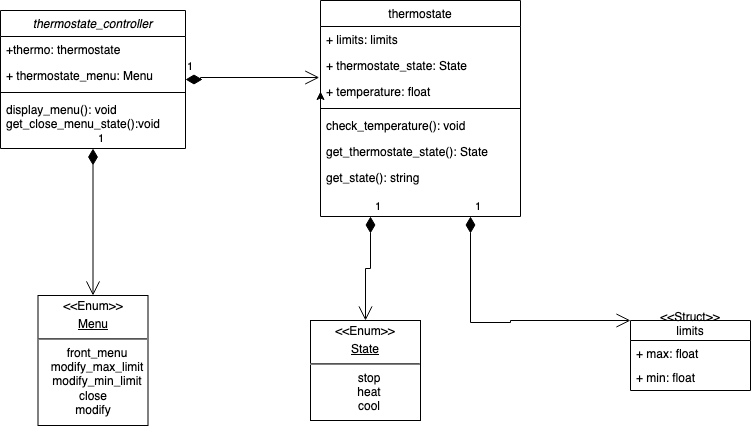
The draw.io diagram pic/thermostate.drawio.png in xgrozasergiu/thermostate, before a commit. Source tidied: cells renumbered, new cells last; positions are measured from the earlier drawing's top-left corner, leaving out a move shared by most shapes.
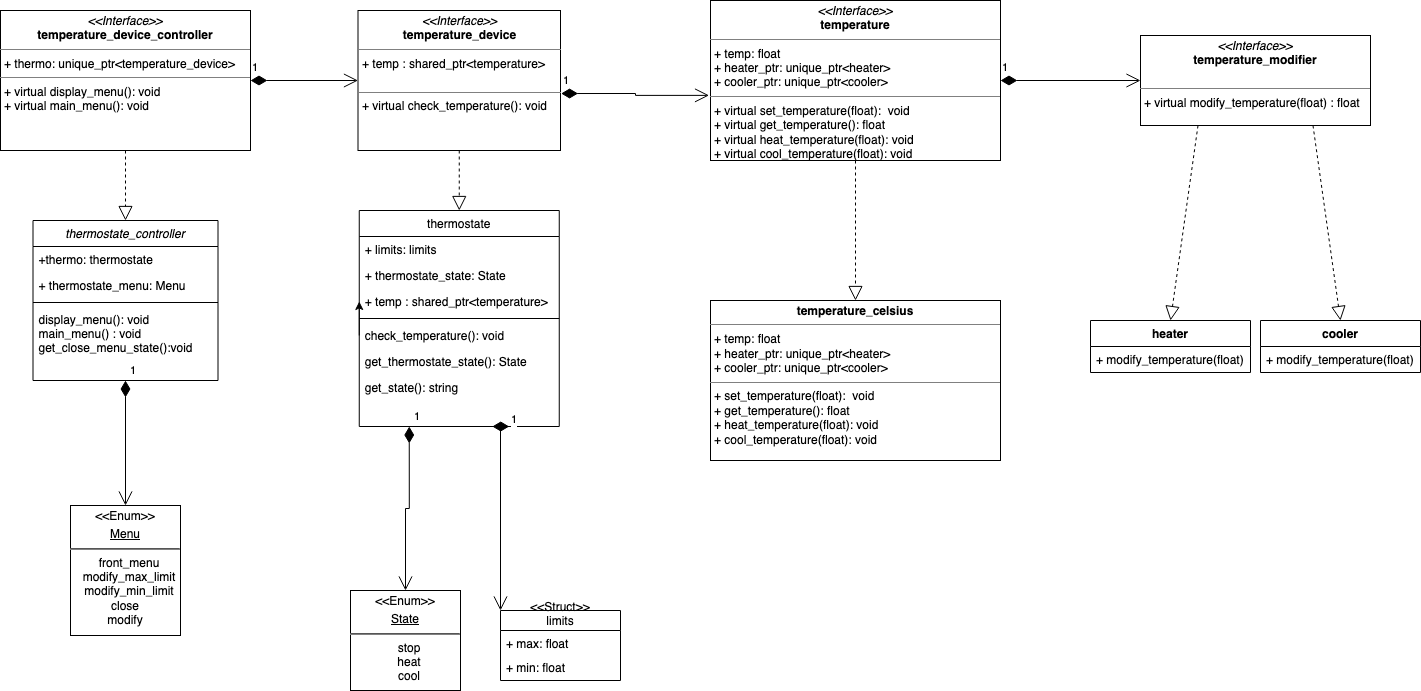
After the change.

Diff of the diagram source:
```diff
@@ -3,7 +3,7 @@
     <mxCell id="0" />
     <mxCell id="1" parent="0" />
     <mxCell id="2" value="thermostate_controller" style="swimlane;fontStyle=2;align=center;verticalAlign=top;horizontal=1;startSize=26;rounded=0;shadow=0;strokeWidth=1;" parent="1" vertex="1">
-      <mxGeometry y="10" width="185" height="138" as="geometry" />
+      <mxGeometry x="22.5" y="160" width="185" height="160" as="geometry" />
     </mxCell>
     <mxCell id="3" value="+thermo: thermostate" style="text;align=left;verticalAlign=top;spacingLeft=4;spacingRight=4;overflow=hidden;" parent="2" vertex="1">
       <mxGeometry y="26" width="185" height="26" as="geometry" />
@@ -14,11 +14,11 @@
     <mxCell id="5" style="line;html=1;strokeWidth=1;align=left;verticalAlign=middle;spacingTop=-1;spacingLeft=3;spacingRight=3;labelPosition=right;" parent="2" vertex="1">
       <mxGeometry y="78" width="185" height="8" as="geometry" />
     </mxCell>
-    <mxCell id="6" value="display_menu(): void&#10;get_close_menu_state():void&#10;" style="text;align=left;verticalAlign=top;spacingLeft=4;spacingRight=4;overflow=hidden;" parent="2" vertex="1">
+    <mxCell id="6" value="display_menu(): void&#10;main_menu() : void&#10;get_close_menu_state():void&#10;" style="text;align=left;verticalAlign=top;spacingLeft=4;spacingRight=4;overflow=hidden;" parent="2" vertex="1">
       <mxGeometry y="86" width="185" height="44" as="geometry" />
     </mxCell>
     <mxCell id="7" value="thermostate" style="swimlane;fontStyle=0;align=center;verticalAlign=top;horizontal=1;startSize=26;rounded=0;shadow=0;strokeWidth=1;" parent="1" vertex="1">
-      <mxGeometry x="320" width="200" height="216" as="geometry" />
+      <mxGeometry x="348.8" y="150" width="200" height="216" as="geometry" />
     </mxCell>
     <mxCell id="8" value="+ limits: limits" style="text;align=left;verticalAlign=top;spacingLeft=4;spacingRight=4;overflow=hidden;" parent="7" vertex="1">
       <mxGeometry y="26" width="200" height="26" as="geometry" />
@@ -26,7 +26,7 @@
     <mxCell id="9" value="+ thermostate_state: State" style="text;align=left;verticalAlign=top;spacingLeft=4;spacingRight=4;overflow=hidden;rounded=0;shadow=0;html=0;" parent="7" vertex="1">
       <mxGeometry y="52" width="200" height="26" as="geometry" />
     </mxCell>
-    <mxCell id="10" value="+ temperature: float" style="text;align=left;verticalAlign=top;spacingLeft=4;spacingRight=4;overflow=hidden;points=[[0,0.5],[1,0.5]];portConstraint=eastwest;rounded=0;shadow=0;html=0;" parent="7" vertex="1">
+    <mxCell id="10" value="+ temp : shared_ptr&lt;temperature&gt;" style="text;align=left;verticalAlign=top;spacingLeft=4;spacingRight=4;overflow=hidden;points=[[0,0.5],[1,0.5]];portConstraint=eastwest;rounded=0;shadow=0;html=0;" parent="7" vertex="1">
       <mxGeometry y="78" width="200" height="26" as="geometry" />
     </mxCell>
     <mxCell id="11" style="line;html=1;strokeWidth=1;align=left;verticalAlign=middle;spacingTop=-1;spacingLeft=3;spacingRight=3;labelPosition=right;" parent="7" vertex="1">
@@ -45,13 +45,13 @@
       <mxGeometry y="164" width="200" height="26" as="geometry" />
     </mxCell>
     <mxCell id="16" value="&lt;p style=&quot;margin: 4px 0px 0px;&quot; align=&quot;center&quot;&gt;&amp;lt;&amp;lt;Enum&amp;gt;&amp;gt;&lt;/p&gt;&lt;p style=&quot;margin: 4px 0px 0px; text-decoration: underline;&quot; align=&quot;center&quot;&gt;State&lt;br&gt;&lt;/p&gt;&lt;hr align=&quot;center&quot;&gt;&lt;p style=&quot;margin:0px;margin-left:8px;&quot; align=&quot;center&quot;&gt;stop&lt;br&gt;heat&lt;/p&gt;&lt;p style=&quot;margin:0px;margin-left:8px;&quot; align=&quot;center&quot;&gt;cool&lt;br&gt;&lt;/p&gt;" style="verticalAlign=top;align=center;overflow=fill;fontSize=12;fontFamily=Helvetica;html=1;" parent="1" vertex="1">
-      <mxGeometry x="310" y="320" width="110" height="100" as="geometry" />
+      <mxGeometry x="340" y="530" width="110" height="100" as="geometry" />
     </mxCell>
     <mxCell id="17" value="&lt;p style=&quot;margin: 4px 0px 0px;&quot; align=&quot;center&quot;&gt;&amp;lt;&amp;lt;Enum&amp;gt;&amp;gt;&lt;/p&gt;&lt;p style=&quot;margin: 4px 0px 0px; text-decoration: underline;&quot; align=&quot;center&quot;&gt;Menu&lt;br&gt;&lt;/p&gt;&lt;hr align=&quot;center&quot;&gt;&lt;p style=&quot;margin:0px;margin-left:8px;&quot; align=&quot;center&quot;&gt;front_menu&lt;br&gt;modify_max_limit&lt;br&gt;&lt;/p&gt;&lt;p style=&quot;margin:0px;margin-left:8px;&quot; align=&quot;center&quot;&gt;modify_min_limit&lt;/p&gt;&lt;div&gt;close&lt;/div&gt;&lt;div&gt;modify&lt;br&gt;&lt;/div&gt;" style="verticalAlign=top;align=center;overflow=fill;fontSize=12;fontFamily=Helvetica;html=1;" parent="1" vertex="1">
-      <mxGeometry x="37.5" y="295" width="110" height="130" as="geometry" />
+      <mxGeometry x="60" y="445" width="110" height="130" as="geometry" />
     </mxCell>
     <mxCell id="18" value="&#10;&#10;&lt;&lt;Struct&gt;&gt;&#10;limits&#10;&#10;&#10;" style="swimlane;fontStyle=0;horizontal=1;startSize=20;fillColor=none;" parent="1" vertex="1">
-      <mxGeometry x="630" y="320" width="120" height="70" as="geometry" />
+      <mxGeometry x="490" y="550" width="120" height="70" as="geometry" />
     </mxCell>
     <mxCell id="19" value="+ max: float" style="text;strokeColor=none;fillColor=none;align=left;verticalAlign=top;spacingLeft=4;spacingRight=4;overflow=hidden;" parent="18" vertex="1">
       <mxGeometry y="20" width="120" height="24" as="geometry" />
@@ -62,25 +62,66 @@
     <mxCell id="21" value="1" style="endArrow=open;html=1;endSize=12;startArrow=diamondThin;startSize=14;startFill=1;edgeStyle=orthogonalEdgeStyle;align=left;verticalAlign=bottom;rounded=0;entryX=0.5;entryY=0;entryDx=0;entryDy=0;exitX=0.25;exitY=1;exitDx=0;exitDy=0;" parent="1" edge="1" source="7" target="16">
       <mxGeometry x="-1" y="3" relative="1" as="geometry" />
     </mxCell>
-    <mxCell id="22" value="1" style="endArrow=open;html=1;endSize=12;startArrow=diamondThin;startSize=14;startFill=1;edgeStyle=orthogonalEdgeStyle;align=left;verticalAlign=bottom;rounded=0;entryX=-0.006;entryY=-0.038;entryDx=0;entryDy=0;entryPerimeter=0;exitX=1;exitY=0.5;exitDx=0;exitDy=0;" parent="1" edge="1" source="2" target="10">
-      <mxGeometry x="-1" y="3" relative="1" as="geometry">
-        <Array as="points">
-          <mxPoint x="200" y="79" />
-          <mxPoint x="200" y="77" />
-        </Array>
-      </mxGeometry>
-    </mxCell>
     <mxCell id="23" value="1" style="endArrow=open;html=1;endSize=12;startArrow=diamondThin;startSize=14;startFill=1;edgeStyle=orthogonalEdgeStyle;align=left;verticalAlign=bottom;rounded=0;exitX=0.5;exitY=1;exitDx=0;exitDy=0;entryX=0.5;entryY=0;entryDx=0;entryDy=0;" parent="1" edge="1" source="2" target="17">
       <mxGeometry x="-1" y="3" relative="1" as="geometry" />
     </mxCell>
     <mxCell id="24" value="1" style="endArrow=open;html=1;endSize=12;startArrow=diamondThin;startSize=14;startFill=1;edgeStyle=orthogonalEdgeStyle;align=left;verticalAlign=bottom;rounded=0;entryX=0;entryY=0;entryDx=0;entryDy=0;exitX=0.75;exitY=1;exitDx=0;exitDy=0;" parent="1" edge="1" source="7" target="18">
       <mxGeometry x="-1" y="3" relative="1" as="geometry">
         <Array as="points">
-          <mxPoint x="470" y="322" />
-          <mxPoint x="510" y="322" />
-          <mxPoint x="510" y="320" />
+          <mxPoint x="490" y="366" />
         </Array>
       </mxGeometry>
     </mxCell>
+    <mxCell id="25" value="&lt;p style=&quot;margin:0px;margin-top:4px;text-align:center;&quot;&gt;&lt;i&gt;&amp;lt;&amp;lt;Interface&amp;gt;&amp;gt;&lt;/i&gt;&lt;br&gt;&lt;b&gt;temperature_device_controller&lt;/b&gt;&lt;/p&gt;&lt;hr size=&quot;1&quot;&gt;&lt;p style=&quot;margin:0px;margin-left:4px;&quot;&gt;+ thermo: unique_ptr&amp;lt;temperature_device&amp;gt;&lt;br&gt;&lt;/p&gt;&lt;hr size=&quot;1&quot;&gt;&lt;p style=&quot;margin:0px;margin-left:4px;&quot;&gt;+ virtual display_menu(): void&lt;br&gt;+ virtual main_menu(): void&lt;/p&gt;" style="verticalAlign=top;align=left;overflow=fill;fontSize=12;fontFamily=Helvetica;html=1;" parent="1" vertex="1">
+      <mxGeometry x="-10" y="-50" width="250" height="140" as="geometry" />
+    </mxCell>
+    <mxCell id="26" value="&lt;p style=&quot;margin:0px;margin-top:4px;text-align:center;&quot;&gt;&lt;i&gt;&amp;lt;&amp;lt;Interface&amp;gt;&amp;gt;&lt;/i&gt;&lt;br&gt;&lt;b&gt;temperature_device&lt;/b&gt;&lt;/p&gt;&lt;hr size=&quot;1&quot;&gt;&lt;p style=&quot;margin:0px;margin-left:4px;&quot;&gt;+ temp : shared_ptr&amp;lt;temperature&amp;gt;&lt;br&gt;&lt;br&gt;&lt;/p&gt;&lt;hr size=&quot;1&quot;&gt;&lt;p style=&quot;margin:0px;margin-left:4px;&quot;&gt;+ virtual check_temperature(): void&lt;br&gt;&lt;br&gt;&lt;/p&gt;" style="verticalAlign=top;align=left;overflow=fill;fontSize=12;fontFamily=Helvetica;html=1;" parent="1" vertex="1">
+      <mxGeometry x="347.5" y="-50" width="202.5" height="140" as="geometry" />
+    </mxCell>
+    <mxCell id="27" value="&lt;p style=&quot;margin:0px;margin-top:4px;text-align:center;&quot;&gt;&lt;i&gt;&amp;lt;&amp;lt;Interface&amp;gt;&amp;gt;&lt;/i&gt;&lt;br&gt;&lt;b&gt;temperature_modifier&lt;/b&gt;&lt;/p&gt;&lt;br&gt;&lt;hr size=&quot;1&quot;&gt;&lt;p style=&quot;margin:0px;margin-left:4px;&quot; align=&quot;left&quot;&gt;+ virtual modify_temperature(float) : float&lt;br&gt;&lt;/p&gt;" style="verticalAlign=top;align=left;overflow=fill;fontSize=12;fontFamily=Helvetica;html=1;" parent="1" vertex="1">
+      <mxGeometry x="1130" y="-25" width="230" height="90" as="geometry" />
+    </mxCell>
+    <mxCell id="28" value="&lt;p style=&quot;margin:0px;margin-top:4px;text-align:center;&quot;&gt;&lt;i&gt;&amp;lt;&amp;lt;Interface&amp;gt;&amp;gt;&lt;/i&gt;&lt;br&gt;&lt;b&gt;temperature&lt;/b&gt;&lt;br&gt;&lt;/p&gt;&lt;hr size=&quot;1&quot;&gt;&lt;p style=&quot;margin:0px;margin-left:4px;&quot;&gt;+ temp: float&lt;br&gt;+ heater_ptr: unique_ptr&amp;lt;heater&amp;gt;&lt;/p&gt;&lt;p style=&quot;margin:0px;margin-left:4px;&quot;&gt;+ cooler_ptr: unique_ptr&amp;lt;cooler&amp;gt;&lt;/p&gt;&lt;hr size=&quot;1&quot;&gt;&lt;p style=&quot;margin:0px;margin-left:4px;&quot;&gt;+ virtual set_temperature(float):&amp;nbsp; void&lt;br&gt;+ virtual get_temperature(): float&lt;/p&gt;&lt;p style=&quot;margin:0px;margin-left:4px;&quot;&gt;+ virtual heat_temperature(float): void&lt;/p&gt;&lt;p style=&quot;margin:0px;margin-left:4px;&quot;&gt;+ virtual cool_temperature(float): void&lt;/p&gt;" style="verticalAlign=top;align=left;overflow=fill;fontSize=12;fontFamily=Helvetica;html=1;" parent="1" vertex="1">
+      <mxGeometry x="700" y="-60" width="290" height="160" as="geometry" />
+    </mxCell>
+    <mxCell id="29" value="heater" style="swimlane;fontStyle=1;align=center;verticalAlign=top;horizontal=1;startSize=26;" parent="1" vertex="1">
+      <mxGeometry x="1080" y="260" width="160" height="52" as="geometry" />
+    </mxCell>
+    <mxCell id="30" value="+ modify_temperature(float) : float" style="text;strokeColor=none;fillColor=none;align=left;verticalAlign=top;spacingLeft=4;spacingRight=4;overflow=hidden;" parent="29" vertex="1">
+      <mxGeometry y="26" width="160" height="26" as="geometry" />
+    </mxCell>
+    <mxCell id="31" value="cooler" style="swimlane;fontStyle=1;align=center;verticalAlign=top;horizontal=1;startSize=26;" parent="1" vertex="1">
+      <mxGeometry x="1250" y="260" width="160" height="52" as="geometry" />
+    </mxCell>
+    <mxCell id="32" value="+ modify_temperature(float) : float" style="text;strokeColor=none;fillColor=none;align=left;verticalAlign=top;spacingLeft=4;spacingRight=4;overflow=hidden;" parent="31" vertex="1">
+      <mxGeometry y="26" width="160" height="26" as="geometry" />
+    </mxCell>
+    <mxCell id="33" style="endArrow=block;dashed=1;endFill=0;endSize=12;html=1;rounded=0;exitX=0.25;exitY=1;exitDx=0;exitDy=0;entryX=0.5;entryY=0;entryDx=0;entryDy=0;" parent="1" edge="1" source="27" target="29">
+      <mxGeometry relative="1" as="geometry" />
+    </mxCell>
+    <mxCell id="34" style="endArrow=block;dashed=1;endFill=0;endSize=12;html=1;rounded=0;exitX=0.75;exitY=1;exitDx=0;exitDy=0;entryX=0.5;entryY=0;entryDx=0;entryDy=0;" parent="1" edge="1" source="27" target="31">
+      <mxGeometry relative="1" as="geometry" />
+    </mxCell>
+    <mxCell id="35" style="endArrow=block;dashed=1;endFill=0;endSize=12;html=1;rounded=0;exitX=0.5;exitY=1;exitDx=0;exitDy=0;entryX=0.5;entryY=0;entryDx=0;entryDy=0;" parent="1" edge="1" source="25" target="2">
+      <mxGeometry relative="1" as="geometry" />
+    </mxCell>
+    <mxCell id="36" style="endArrow=block;dashed=1;endFill=0;endSize=12;html=1;rounded=0;exitX=0.5;exitY=1;exitDx=0;exitDy=0;entryX=0.5;entryY=0;entryDx=0;entryDy=0;" parent="1" edge="1" source="26" target="7">
+      <mxGeometry relative="1" as="geometry" />
+    </mxCell>
+    <mxCell id="37" value="1" style="endArrow=open;html=1;endSize=12;startArrow=diamondThin;startSize=14;startFill=1;edgeStyle=orthogonalEdgeStyle;align=left;verticalAlign=bottom;rounded=0;exitX=1;exitY=0.5;exitDx=0;exitDy=0;entryX=0;entryY=0.5;entryDx=0;entryDy=0;" parent="1" edge="1" source="25" target="26">
+      <mxGeometry x="-1" y="3" relative="1" as="geometry" />
+    </mxCell>
+    <mxCell id="38" value="1" style="endArrow=open;html=1;endSize=12;startArrow=diamondThin;startSize=14;startFill=1;edgeStyle=orthogonalEdgeStyle;align=left;verticalAlign=bottom;rounded=0;exitX=1.003;exitY=0.593;exitDx=0;exitDy=0;exitPerimeter=0;entryX=-0.005;entryY=0.593;entryDx=0;entryDy=0;entryPerimeter=0;" parent="1" edge="1" source="26" target="28">
+      <mxGeometry x="-1" y="3" relative="1" as="geometry" />
+    </mxCell>
+    <mxCell id="39" value="1" style="endArrow=open;html=1;endSize=12;startArrow=diamondThin;startSize=14;startFill=1;edgeStyle=orthogonalEdgeStyle;align=left;verticalAlign=bottom;rounded=0;exitX=1;exitY=0.5;exitDx=0;exitDy=0;entryX=0;entryY=0.5;entryDx=0;entryDy=0;" parent="1" edge="1" source="28" target="27">
+      <mxGeometry x="-1" y="3" relative="1" as="geometry" />
+    </mxCell>
+    <mxCell id="40" value="&lt;p style=&quot;margin:0px;margin-top:4px;text-align:center;&quot;&gt;&lt;b&gt;temperature_celsius&lt;/b&gt;&lt;br&gt;&lt;/p&gt;&lt;hr size=&quot;1&quot;&gt;&lt;p style=&quot;margin:0px;margin-left:4px;&quot;&gt;+ temp: float&lt;br&gt;+ heater_ptr: unique_ptr&amp;lt;heater&amp;gt;&lt;/p&gt;&lt;p style=&quot;margin:0px;margin-left:4px;&quot;&gt;+ cooler_ptr: unique_ptr&amp;lt;cooler&amp;gt;&lt;/p&gt;&lt;hr size=&quot;1&quot;&gt;&lt;p style=&quot;margin:0px;margin-left:4px;&quot;&gt;+ set_temperature(float):&amp;nbsp; void&lt;br&gt;+ get_temperature(): float&lt;/p&gt;&lt;p style=&quot;margin:0px;margin-left:4px;&quot;&gt;+ heat_temperature(float): void&lt;/p&gt;&lt;p style=&quot;margin:0px;margin-left:4px;&quot;&gt;+ cool_temperature(float): void&lt;/p&gt;" style="verticalAlign=top;align=left;overflow=fill;fontSize=12;fontFamily=Helvetica;html=1;" parent="1" vertex="1">
+      <mxGeometry x="700" y="240" width="290" height="160" as="geometry" />
+    </mxCell>
+    <mxCell id="41" style="endArrow=block;dashed=1;endFill=0;endSize=12;html=1;rounded=0;entryX=0.5;entryY=0;entryDx=0;entryDy=0;exitX=0.5;exitY=1;exitDx=0;exitDy=0;" parent="1" edge="1" source="28" target="40">
+      <mxGeometry relative="1" as="geometry" />
+    </mxCell>
   </root>
 </mxGraphModel>
```
